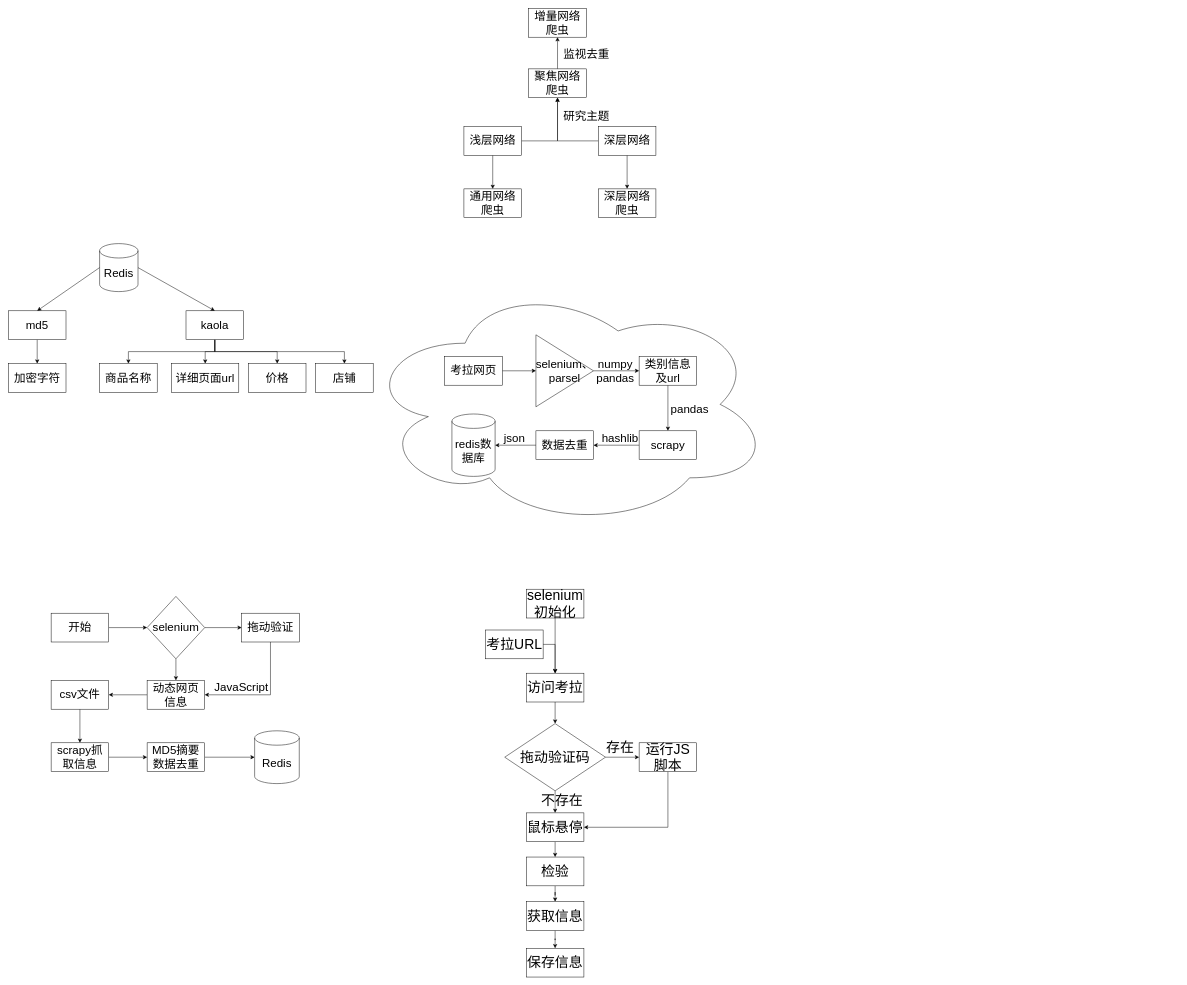
This is 4.1毕设.drawio from Thesoul20/daily-work, a draw.io file, before an edit. Source tidied: cells renumbered, new cells numbered last; positions are measured from the earlier drawing's top-left corner, leaving out a move shared by most shapes. Both pictures are drawn from the tidied source at 48%, with x=0, y=0 at pixel (8, 8).
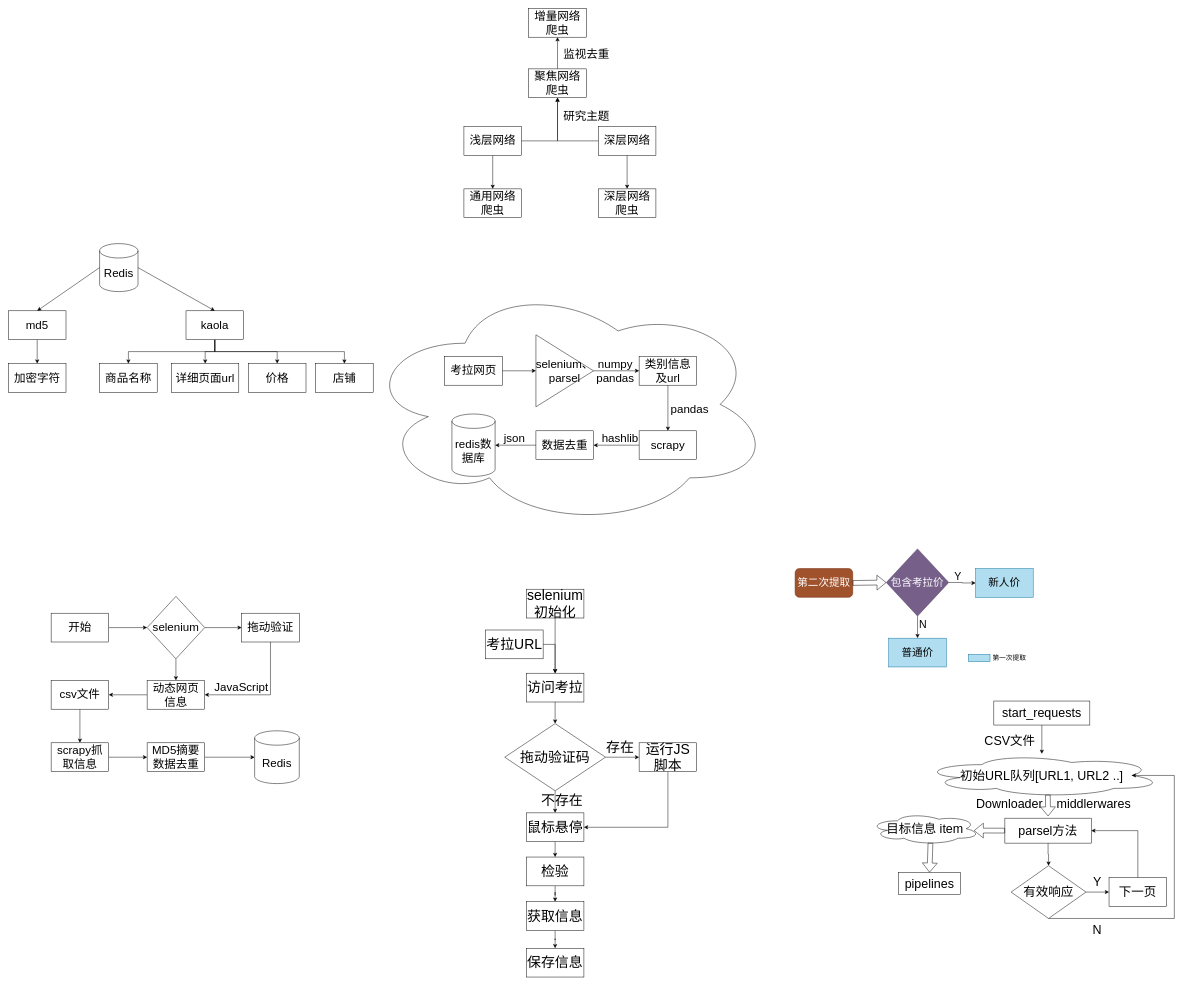
The same page after the edit.

Change to the diagram source:
```diff
@@
+    <mxCell id="83" value="&lt;font style=&quot;font-size: 22px&quot;&gt;第二次提取&lt;/font&gt;" style="rounded=1;whiteSpace=wrap;html=1;fillColor=#a0522d;fontColor=#ffffff;strokeColor=#6D1F00;" parent="1" vertex="1">
+      <mxGeometry x="1639" y="1167" width="120" height="60" as="geometry" />
+    </mxCell>
+    <mxCell id="84" style="edgeStyle=orthogonalEdgeStyle;rounded=0;jettySize=auto;html=1;fontSize=22;" parent="1" edge="1" source="86" target="88">
+      <mxGeometry relative="1" as="geometry" />
+    </mxCell>
+    <mxCell id="85" style="edgeStyle=orthogonalEdgeStyle;rounded=0;jettySize=auto;html=1;fontSize=22;" parent="1" edge="1" source="86" target="89">
+      <mxGeometry relative="1" as="geometry" />
+    </mxCell>
+    <mxCell id="86" value="包含考拉价" style="rhombus;whiteSpace=wrap;html=1;fontSize=22;fillColor=#76608a;fontColor=#ffffff;strokeColor=#432D57;" parent="1" vertex="1">
+      <mxGeometry x="1829" y="1126" width="130" height="140" as="geometry" />
+    </mxCell>
+    <mxCell id="87" style="shape=flexArrow;endArrow=classic;html=1;rounded=0;fontSize=22;exitX=1;exitY=0.5;exitDx=0;exitDy=0;entryX=0;entryY=0.5;entryDx=0;entryDy=0;" parent="1" edge="1" source="83" target="86">
+      <mxGeometry relative="1" as="geometry" />
+    </mxCell>
+    <mxCell id="88" value="新人价" style="rounded=0;whiteSpace=wrap;html=1;fontSize=22;fillColor=#b1ddf0;strokeColor=#10739e;" parent="1" vertex="1">
+      <mxGeometry x="2015" y="1167" width="120" height="60" as="geometry" />
+    </mxCell>
+    <mxCell id="89" value="普通价" style="rounded=0;whiteSpace=wrap;html=1;fontSize=22;fillColor=#b1ddf0;strokeColor=#10739e;" parent="1" vertex="1">
+      <mxGeometry x="1834" y="1312" width="120" height="60" as="geometry" />
+    </mxCell>
+    <mxCell id="90" value="Y" style="text;html=1;align=center;verticalAlign=middle;strokeColor=none;fillColor=none;fontSize=22;" parent="1" vertex="1">
+      <mxGeometry x="1963" y="1169" width="30" height="30" as="geometry" />
+    </mxCell>
+    <mxCell id="91" value="N" style="text;html=1;align=center;verticalAlign=middle;strokeColor=none;fillColor=none;fontSize=22;" parent="1" vertex="1">
+      <mxGeometry x="1890" y="1270" width="30" height="30" as="geometry" />
+    </mxCell>
+    <mxCell id="92" style="rounded=0;whiteSpace=wrap;html=1;fontSize=22;fillColor=#b1ddf0;strokeColor=#10739e;" parent="1" vertex="1">
+      <mxGeometry x="2000" y="1346" width="45" height="15" as="geometry" />
+    </mxCell>
+    <mxCell id="93" value="&lt;font style=&quot;font-size: 14px&quot;&gt;第一次提取&lt;/font&gt;" style="text;html=1;align=center;verticalAlign=middle;strokeColor=none;fillColor=none;fontSize=22;" parent="1" vertex="1">
+      <mxGeometry x="2040" y="1337" width="90" height="30" as="geometry" />
+    </mxCell>
+    <mxCell id="94" style="edgeStyle=orthogonalEdgeStyle;rounded=0;jettySize=auto;html=1;exitX=0.5;exitY=1;exitDx=0;exitDy=0;fontSize=26;" parent="1" edge="1" source="95" target="100">
+      <mxGeometry relative="1" as="geometry" />
+    </mxCell>
+    <mxCell id="95" value="start_requests" style="rounded=0;whiteSpace=wrap;html=1;fontSize=26;" parent="1" vertex="1">
+      <mxGeometry x="2053" y="1443" width="200" height="50" as="geometry" />
+    </mxCell>
+    <mxCell id="96" style="edgeStyle=orthogonalEdgeStyle;rounded=0;jettySize=auto;html=1;fontSize=26;" parent="1" edge="1" source="97" target="107">
+      <mxGeometry relative="1" as="geometry" />
+    </mxCell>
+    <mxCell id="97" value="parsel方法" style="rounded=0;whiteSpace=wrap;html=1;fontSize=26;" parent="1" vertex="1">
+      <mxGeometry x="2076" y="1687" width="180" height="52" as="geometry" />
+    </mxCell>
+    <mxCell id="98" value="pipelines" style="rounded=0;whiteSpace=wrap;html=1;fontSize=26;" parent="1" vertex="1">
+      <mxGeometry x="1854" y="1800" width="130" height="46" as="geometry" />
+    </mxCell>
+    <mxCell id="99" value="CSV文件" style="text;html=1;align=center;verticalAlign=middle;strokeColor=none;fillColor=none;fontSize=26;" parent="1" vertex="1">
+      <mxGeometry x="2026" y="1507" width="120" height="40" as="geometry" />
+    </mxCell>
+    <mxCell id="100" value="初始URL队列[URL1, URL2 ..]" style="ellipse;shape=cloud;whiteSpace=wrap;html=1;fontSize=26;" parent="1" vertex="1">
+      <mxGeometry x="1903" y="1553" width="500" height="90" as="geometry" />
+    </mxCell>
+    <mxCell id="101" style="shape=flexArrow;endArrow=classic;html=1;rounded=0;fontSize=26;exitX=0.525;exitY=0.949;exitDx=0;exitDy=0;exitPerimeter=0;" parent="1" edge="1" source="100">
+      <mxGeometry relative="1" as="geometry">
+        <mxPoint x="2166" y="1683" as="targetPoint" />
+      </mxGeometry>
+    </mxCell>
+    <mxCell id="102" value="目标信息 item" style="ellipse;shape=cloud;whiteSpace=wrap;html=1;fontSize=26;" parent="1" vertex="1">
+      <mxGeometry x="1795" y="1676" width="229" height="66" as="geometry" />
+    </mxCell>
+    <mxCell id="103" style="shape=flexArrow;endArrow=classic;html=1;rounded=0;fontSize=26;entryX=0.946;entryY=0.558;entryDx=0;entryDy=0;entryPerimeter=0;exitX=0;exitY=0.5;exitDx=0;exitDy=0;" parent="1" edge="1" source="97" target="102">
+      <mxGeometry relative="1" as="geometry" />
+    </mxCell>
+    <mxCell id="104" style="shape=flexArrow;endArrow=classic;html=1;rounded=0;fontSize=26;entryX=0.5;entryY=0;entryDx=0;entryDy=0;exitX=0.55;exitY=0.95;exitDx=0;exitDy=0;exitPerimeter=0;" parent="1" edge="1" source="102" target="98">
+      <mxGeometry relative="1" as="geometry" />
+    </mxCell>
+    <mxCell id="105" style="edgeStyle=orthogonalEdgeStyle;rounded=0;jettySize=auto;html=1;fontSize=26;" parent="1" edge="1" source="107" target="110">
+      <mxGeometry relative="1" as="geometry" />
+    </mxCell>
+    <mxCell id="106" style="edgeStyle=elbowEdgeStyle;rounded=0;jettySize=auto;html=1;exitX=0.5;exitY=1;exitDx=0;exitDy=0;fontSize=26;entryX=0.875;entryY=0.5;entryDx=0;entryDy=0;entryPerimeter=0;" parent="1" edge="1" source="107" target="100">
+      <mxGeometry relative="1" as="geometry">
+        <Array as="points">
+          <mxPoint x="2429" y="1750" />
+          <mxPoint x="2299" y="1800" />
+          <mxPoint x="2309" y="1940" />
+          <mxPoint x="2449" y="1920" />
+          <mxPoint x="2449" y="1790" />
+          <mxPoint x="2379" y="1970" />
+          <mxPoint x="2449" y="1670" />
+        </Array>
+      </mxGeometry>
+    </mxCell>
+    <mxCell id="107" value="有效响应" style="rhombus;whiteSpace=wrap;html=1;fontSize=26;" parent="1" vertex="1">
+      <mxGeometry x="2089" y="1786" width="156" height="110" as="geometry" />
+    </mxCell>
+    <mxCell id="108" value="N" style="text;html=1;align=center;verticalAlign=middle;strokeColor=none;fillColor=none;fontSize=26;" parent="1" vertex="1">
+      <mxGeometry x="2253" y="1900" width="30" height="40" as="geometry" />
+    </mxCell>
+    <mxCell id="109" style="edgeStyle=orthogonalEdgeStyle;rounded=0;jettySize=auto;html=1;exitX=0.5;exitY=0;exitDx=0;exitDy=0;entryX=1;entryY=0.5;entryDx=0;entryDy=0;fontSize=26;" parent="1" edge="1" source="110" target="97">
+      <mxGeometry relative="1" as="geometry" />
+    </mxCell>
+    <mxCell id="110" value="下一页" style="rounded=0;whiteSpace=wrap;html=1;fontSize=26;" parent="1" vertex="1">
+      <mxGeometry x="2293" y="1811" width="120" height="60" as="geometry" />
+    </mxCell>
+    <mxCell id="111" value="Y" style="text;html=1;align=center;verticalAlign=middle;strokeColor=none;fillColor=none;fontSize=26;" parent="1" vertex="1">
+      <mxGeometry x="2253" y="1800" width="30" height="40" as="geometry" />
+    </mxCell>
+    <mxCell id="112" value="Downloader&amp;nbsp;&amp;nbsp;&amp;nbsp; middlerwares" style="text;html=1;align=center;verticalAlign=middle;strokeColor=none;fillColor=none;fontSize=26;" parent="1" vertex="1">
+      <mxGeometry x="2007" y="1637" width="340" height="40" as="geometry" />
+    </mxCell>
```
